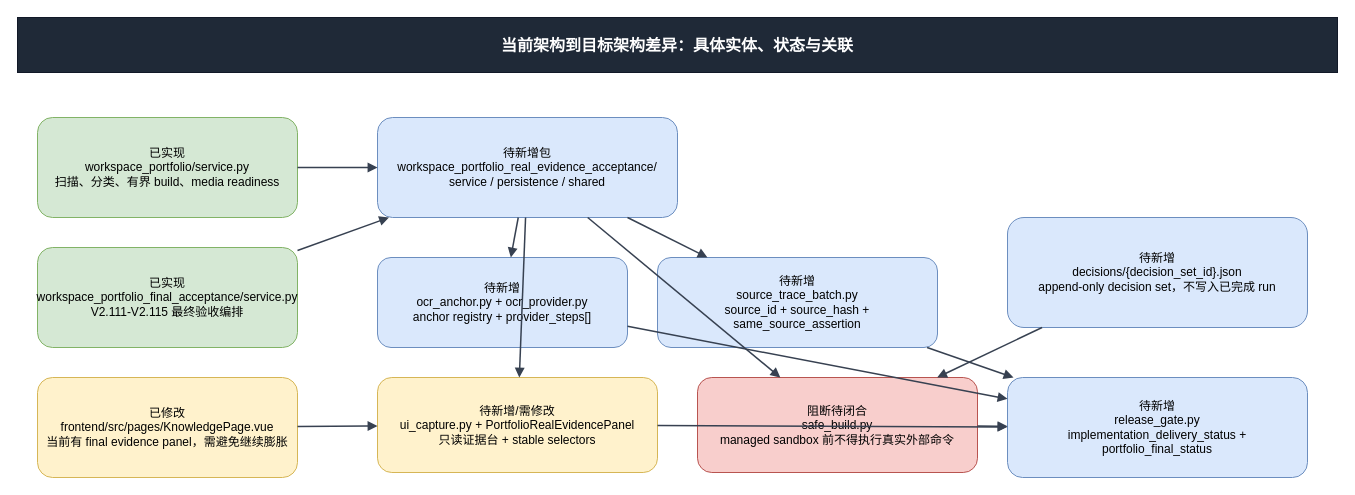
Above: page "02 当前架构到目标架构差异" (2 of 7) of docs/V2.x/V2_116_120_REAL_EVIDENCE_ACCEPTANCE_CLOSURE_TARGET_STATE.drawio in ljx418/data_service (draw.io), before the change. Source tidied: cells renumbered, new cells numbered last; positions are measured from the earlier drawing's top-left corner, leaving out a move shared by most shapes. Both pictures are drawn from the tidied source at 100%, with x=0, y=0 at pixel (17, 17).
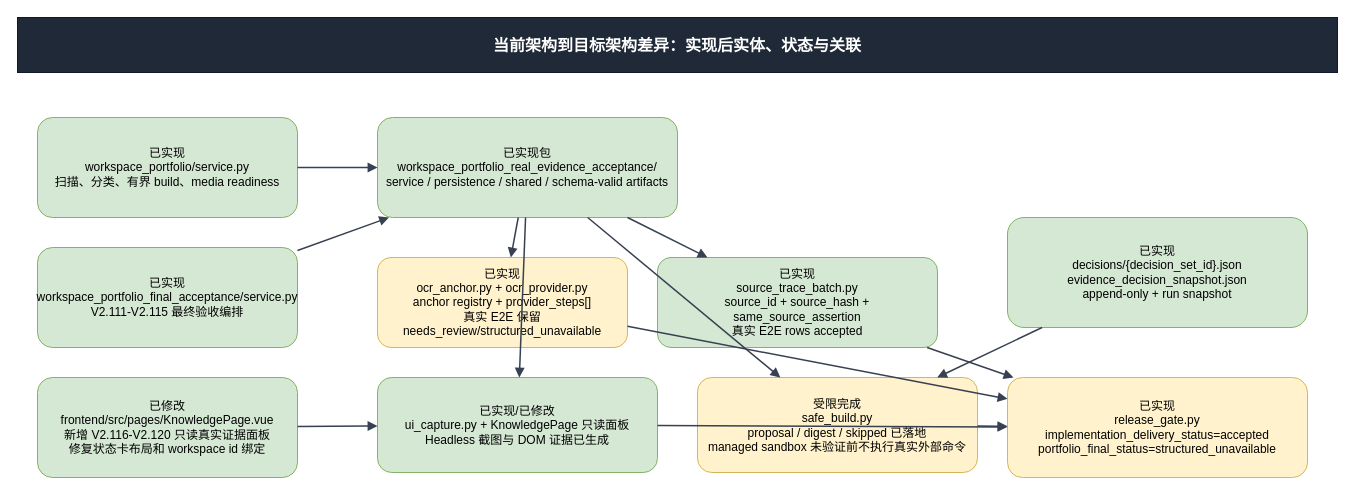
The same page after the edit.

Commit message (it also covers changes not shown here):
docs: sync v2.116 drawio acceptance state

What changed in the source:
```diff
@@
-    <mxCell id="2" value="当前架构到目标架构差异：具体实体、状态与关联" style="rounded=0;whiteSpace=wrap;html=1;fillColor=#1f2937;strokeColor=#111827;fontColor=#ffffff;fontSize=16;fontStyle=1;align=center;verticalAlign=middle;spacing=8;" parent="1" vertex="1">
+    <mxCell id="2" value="当前架构到目标架构差异：实现后实体、状态与关联" style="rounded=0;whiteSpace=wrap;html=1;fillColor=#1f2937;strokeColor=#111827;fontColor=#ffffff;fontSize=16;fontStyle=1;align=center;verticalAlign=middle;spacing=8;" parent="1" vertex="1">
       <mxGeometry width="1320" height="55" as="geometry" />
     </mxCell>
@@
-    <mxCell id="5" value="已修改&#10;frontend/src/pages/KnowledgePage.vue&#10;当前有 final evidence panel，需避免继续膨胀" style="rounded=1;whiteSpace=wrap;html=1;fillColor=#fff2cc;strokeColor=#d6b656;fontSize=12;align=center;verticalAlign=middle;spacing=6;" parent="1" vertex="1">
+    <mxCell id="5" value="已修改&#10;frontend/src/pages/KnowledgePage.vue&#10;新增 V2.116-V2.120 只读真实证据面板&#10;修复状态卡布局和 workspace id 绑定" style="rounded=1;whiteSpace=wrap;html=1;fillColor=#d5e8d4;strokeColor=#82b366;fontSize=12;align=center;verticalAlign=middle;spacing=6;" parent="1" vertex="1">
       <mxGeometry x="20" y="360" width="260" height="100" as="geometry" />
     </mxCell>
-    <mxCell id="6" value="待新增包&#10;workspace_portfolio_real_evidence_acceptance/&#10;service / persistence / shared" style="rounded=1;whiteSpace=wrap;html=1;fillColor=#dae8fc;strokeColor=#6c8ebf;fontSize=12;align=center;verticalAlign=middle;spacing=6;" parent="1" vertex="1">
+    <mxCell id="6" value="已实现包&#10;workspace_portfolio_real_evidence_acceptance/&#10;service / persistence / shared / schema-valid artifacts" style="rounded=1;whiteSpace=wrap;html=1;fillColor=#d5e8d4;strokeColor=#82b366;fontSize=12;align=center;verticalAlign=middle;spacing=6;" parent="1" vertex="1">
       <mxGeometry x="360" y="100" width="300" height="100" as="geometry" />
     </mxCell>
-    <mxCell id="7" value="待新增&#10;ocr_anchor.py + ocr_provider.py&#10;anchor registry + provider_steps[]" style="rounded=1;whiteSpace=wrap;html=1;fillColor=#dae8fc;strokeColor=#6c8ebf;fontSize=12;align=center;verticalAlign=middle;spacing=6;" parent="1" vertex="1">
+    <mxCell id="7" value="已实现&#10;ocr_anchor.py + ocr_provider.py&#10;anchor registry + provider_steps[]&#10;真实 E2E 保留 needs_review/structured_unavailable" style="rounded=1;whiteSpace=wrap;html=1;fillColor=#fff2cc;strokeColor=#d6b656;fontSize=12;align=center;verticalAlign=middle;spacing=6;" parent="1" vertex="1">
       <mxGeometry x="360" y="240" width="250" height="90" as="geometry" />
     </mxCell>
-    <mxCell id="8" value="待新增&#10;source_trace_batch.py&#10;source_id + source_hash + same_source_assertion" style="rounded=1;whiteSpace=wrap;html=1;fillColor=#dae8fc;strokeColor=#6c8ebf;fontSize=12;align=center;verticalAlign=middle;spacing=6;" parent="1" vertex="1">
+    <mxCell id="8" value="已实现&#10;source_trace_batch.py&#10;source_id + source_hash + same_source_assertion&#10;真实 E2E rows accepted" style="rounded=1;whiteSpace=wrap;html=1;fillColor=#d5e8d4;strokeColor=#82b366;fontSize=12;align=center;verticalAlign=middle;spacing=6;" parent="1" vertex="1">
       <mxGeometry x="640" y="240" width="280" height="90" as="geometry" />
     </mxCell>
-    <mxCell id="9" value="待新增/需修改&#10;ui_capture.py + PortfolioRealEvidencePanel&#10;只读证据台 + stable selectors" style="rounded=1;whiteSpace=wrap;html=1;fillColor=#fff2cc;strokeColor=#d6b656;fontSize=12;align=center;verticalAlign=middle;spacing=6;" parent="1" vertex="1">
+    <mxCell id="9" value="已实现/已修改&#10;ui_capture.py + KnowledgePage 只读面板&#10;Headless 截图与 DOM 证据已生成" style="rounded=1;whiteSpace=wrap;html=1;fillColor=#d5e8d4;strokeColor=#82b366;fontSize=12;align=center;verticalAlign=middle;spacing=6;" parent="1" vertex="1">
       <mxGeometry x="360" y="360" width="280" height="95" as="geometry" />
     </mxCell>
-    <mxCell id="10" value="阻断待闭合&#10;safe_build.py&#10;managed sandbox 前不得执行真实外部命令" style="rounded=1;whiteSpace=wrap;html=1;fillColor=#f8cecc;strokeColor=#b85450;fontSize=12;align=center;verticalAlign=middle;spacing=6;" parent="1" vertex="1">
+    <mxCell id="10" value="受限完成&#10;safe_build.py&#10;proposal / digest / skipped 已落地&#10;managed sandbox 未验证前不执行真实外部命令" style="rounded=1;whiteSpace=wrap;html=1;fillColor=#fff2cc;strokeColor=#d6b656;fontSize=12;align=center;verticalAlign=middle;spacing=6;" parent="1" vertex="1">
       <mxGeometry x="680" y="360" width="280" height="95" as="geometry" />
     </mxCell>
-    <mxCell id="11" value="待新增&#10;decisions/{decision_set_id}.json&#10;append-only decision set，不写入已完成 run" style="rounded=1;whiteSpace=wrap;html=1;fillColor=#dae8fc;strokeColor=#6c8ebf;fontSize=12;align=center;verticalAlign=middle;spacing=6;" parent="1" vertex="1">
+    <mxCell id="11" value="已实现&#10;decisions/{decision_set_id}.json&#10;evidence_decision_snapshot.json&#10;append-only + run snapshot" style="rounded=1;whiteSpace=wrap;html=1;fillColor=#d5e8d4;strokeColor=#82b366;fontSize=12;align=center;verticalAlign=middle;spacing=6;" parent="1" vertex="1">
       <mxGeometry x="990" y="200" width="300" height="110" as="geometry" />
     </mxCell>
-    <mxCell id="12" value="待新增&#10;release_gate.py&#10;implementation_delivery_status + portfolio_final_status" style="rounded=1;whiteSpace=wrap;html=1;fillColor=#dae8fc;strokeColor=#6c8ebf;fontSize=12;align=center;verticalAlign=middle;spacing=6;" parent="1" vertex="1">
+    <mxCell id="12" value="已实现&#10;release_gate.py&#10;implementation_delivery_status=accepted&#10;portfolio_final_status=structured_unavailable" style="rounded=1;whiteSpace=wrap;html=1;fillColor=#fff2cc;strokeColor=#d6b656;fontSize=12;align=center;verticalAlign=middle;spacing=6;" parent="1" vertex="1">
       <mxGeometry x="990" y="360" width="300" height="100" as="geometry" />
     </mxCell>
```
